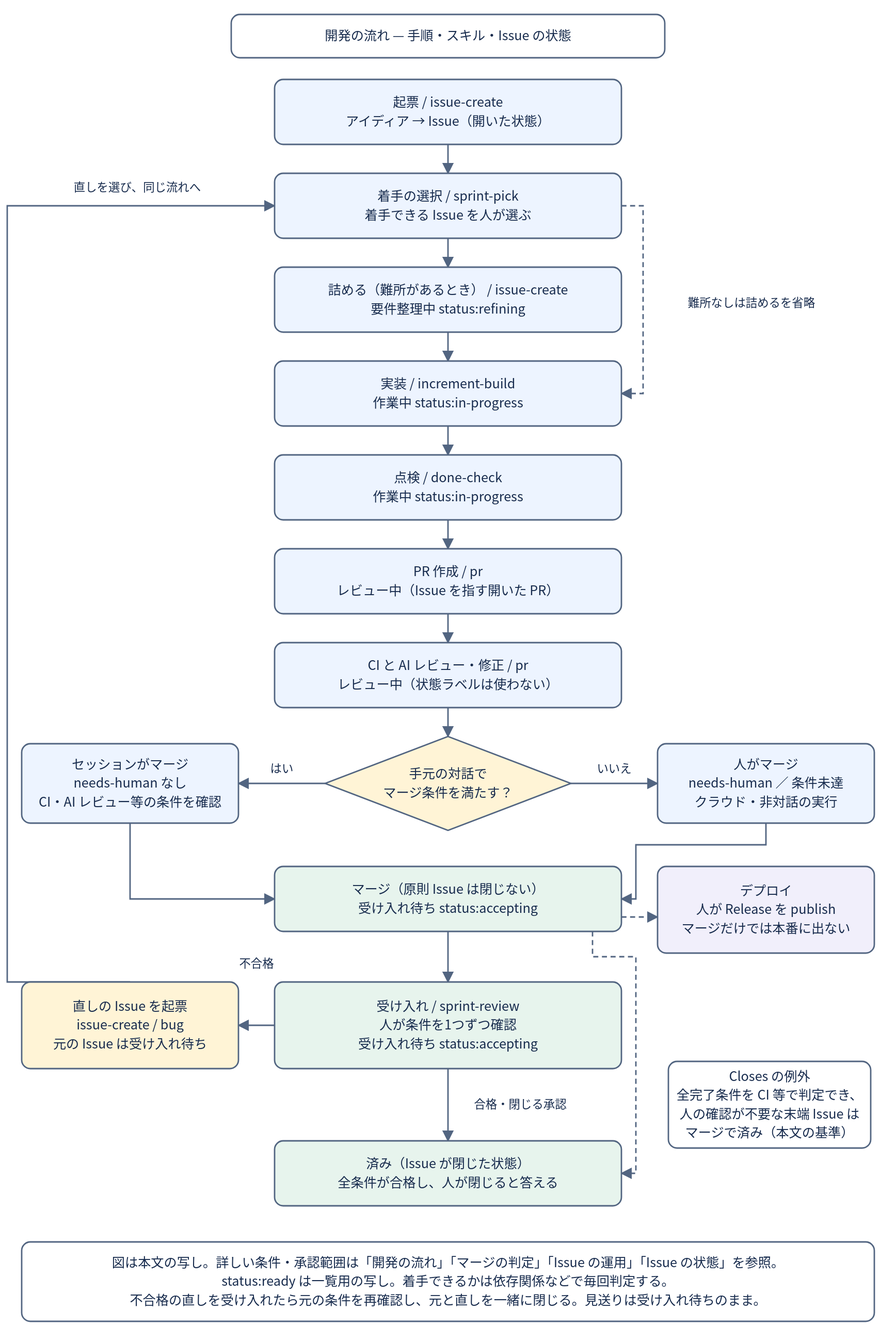
banmen-dev/app keeps this draw.io diagram as docs/development-flow.drawio.svg. Above is the earlier version. Source tidied: cells renumbered, new cells last; positions are measured from the earlier drawing's top-left corner, leaving out a move shared by most shapes. The source it was exported from:
```xml
<mxGraphModel background="#ffffff">
  <root>
    <mxCell id="0" />
    <mxCell id="1" parent="0" />
    <mxCell id="2" value="開発の流れ — 手順・スキル・Issue の状態" style="rounded=1;whiteSpace=wrap;html=0;fillColor=#ffffff;strokeColor=#526581;fontColor=#172b4d;fontFamily=Noto Sans CJK JP;fontSize=18;" parent="1" vertex="1">
      <mxGeometry x="310" width="600" height="60" as="geometry" />
    </mxCell>
    <mxCell id="3" value="起票  /  issue-create&#10;アイディア → Issue（開いた状態）" style="rounded=1;whiteSpace=wrap;html=0;fillColor=#edf4ff;strokeColor=#526581;fontColor=#172b4d;fontFamily=Noto Sans CJK JP;fontSize=18;" parent="1" vertex="1">
      <mxGeometry x="370" y="90" width="480" height="90" as="geometry" />
    </mxCell>
    <mxCell id="4" value="着手の選択  /  sprint-pick&#10;着手できる Issue を人が選ぶ" style="rounded=1;whiteSpace=wrap;html=0;fillColor=#edf4ff;strokeColor=#526581;fontColor=#172b4d;fontFamily=Noto Sans CJK JP;fontSize=18;" parent="1" vertex="1">
      <mxGeometry x="370" y="220" width="480" height="90" as="geometry" />
    </mxCell>
    <mxCell id="5" value="詰める（難所があるとき） / issue-create&#10;要件整理中  status:refining" style="rounded=1;whiteSpace=wrap;html=0;fillColor=#edf4ff;strokeColor=#526581;fontColor=#172b4d;fontFamily=Noto Sans CJK JP;fontSize=18;" parent="1" vertex="1">
      <mxGeometry x="370" y="350" width="480" height="90" as="geometry" />
    </mxCell>
    <mxCell id="6" value="実装  /  increment-build&#10;作業中  status:in-progress" style="rounded=1;whiteSpace=wrap;html=0;fillColor=#edf4ff;strokeColor=#526581;fontColor=#172b4d;fontFamily=Noto Sans CJK JP;fontSize=18;" parent="1" vertex="1">
      <mxGeometry x="370" y="480" width="480" height="90" as="geometry" />
    </mxCell>
    <mxCell id="7" value="点検  /  done-check&#10;作業中  status:in-progress" style="rounded=1;whiteSpace=wrap;html=0;fillColor=#edf4ff;strokeColor=#526581;fontColor=#172b4d;fontFamily=Noto Sans CJK JP;fontSize=18;" parent="1" vertex="1">
      <mxGeometry x="370" y="610" width="480" height="90" as="geometry" />
    </mxCell>
    <mxCell id="8" value="PR 作成  /  pr&#10;レビュー中（Issue を指す開いた PR）" style="rounded=1;whiteSpace=wrap;html=0;fillColor=#edf4ff;strokeColor=#526581;fontColor=#172b4d;fontFamily=Noto Sans CJK JP;fontSize=18;" parent="1" vertex="1">
      <mxGeometry x="370" y="740" width="480" height="90" as="geometry" />
    </mxCell>
    <mxCell id="9" value="CI と AI レビュー・修正  /  pr&#10;レビュー中（状態ラベルは使わない）" style="rounded=1;whiteSpace=wrap;html=0;fillColor=#edf4ff;strokeColor=#526581;fontColor=#172b4d;fontFamily=Noto Sans CJK JP;fontSize=18;" parent="1" vertex="1">
      <mxGeometry x="370" y="870" width="480" height="90" as="geometry" />
    </mxCell>
    <mxCell id="10" value="手元の対話で&#10;マージ条件を満たす？" style="rhombus;whiteSpace=wrap;html=0;fillColor=#fff4d6;strokeColor=#526581;fontColor=#172b4d;fontFamily=Noto Sans CJK JP;fontSize=18;" parent="1" vertex="1">
      <mxGeometry x="440" y="1000" width="340" height="130" as="geometry" />
    </mxCell>
    <mxCell id="11" value="セッションがマージ&#10;needs-human なし&#10;CI・AI レビュー等の条件を確認" style="rounded=1;whiteSpace=wrap;html=0;fillColor=#edf4ff;strokeColor=#526581;fontColor=#172b4d;fontFamily=Noto Sans CJK JP;fontSize=18;" parent="1" vertex="1">
      <mxGeometry x="20" y="1010" width="300" height="110" as="geometry" />
    </mxCell>
    <mxCell id="12" value="人がマージ&#10;needs-human ／ 条件未達&#10;クラウド・非対話の実行" style="rounded=1;whiteSpace=wrap;html=0;fillColor=#edf4ff;strokeColor=#526581;fontColor=#172b4d;fontFamily=Noto Sans CJK JP;fontSize=18;" parent="1" vertex="1">
      <mxGeometry x="900" y="1010" width="300" height="110" as="geometry" />
    </mxCell>
    <mxCell id="13" value="マージ（原則 Issue は閉じない）&#10;受け入れ待ち  status:accepting" style="rounded=1;whiteSpace=wrap;html=0;fillColor=#e7f4ed;strokeColor=#526581;fontColor=#172b4d;fontFamily=Noto Sans CJK JP;fontSize=18;" parent="1" vertex="1">
      <mxGeometry x="370" y="1180" width="480" height="90" as="geometry" />
    </mxCell>
    <mxCell id="14" value="受け入れ  /  sprint-review&#10;人が条件を1つずつ確認&#10;受け入れ待ち  status:accepting" style="rounded=1;whiteSpace=wrap;html=0;fillColor=#e7f4ed;strokeColor=#526581;fontColor=#172b4d;fontFamily=Noto Sans CJK JP;fontSize=18;" parent="1" vertex="1">
      <mxGeometry x="370" y="1340" width="480" height="120" as="geometry" />
    </mxCell>
    <mxCell id="15" value="済み（Issue が閉じた状態）&#10;全条件が合格し、人が閉じると答える" style="rounded=1;whiteSpace=wrap;html=0;fillColor=#e7f4ed;strokeColor=#526581;fontColor=#172b4d;fontFamily=Noto Sans CJK JP;fontSize=18;" parent="1" vertex="1">
      <mxGeometry x="370" y="1560" width="480" height="90" as="geometry" />
    </mxCell>
    <mxCell id="16" value="直しの Issue を起票&#10;issue-create  /  bug&#10;元の Issue は受け入れ待ち" style="rounded=1;whiteSpace=wrap;html=0;fillColor=#fff4d6;strokeColor=#526581;fontColor=#172b4d;fontFamily=Noto Sans CJK JP;fontSize=18;" parent="1" vertex="1">
      <mxGeometry x="20" y="1340" width="300" height="120" as="geometry" />
    </mxCell>
    <mxCell id="17" value="デプロイ&#10;人が Release を publish&#10;マージだけでは本番に出ない" style="rounded=1;whiteSpace=wrap;html=0;fillColor=#f1effb;strokeColor=#526581;fontColor=#172b4d;fontFamily=Noto Sans CJK JP;fontSize=18;" parent="1" vertex="1">
      <mxGeometry x="900" y="1180" width="300" height="120" as="geometry" />
    </mxCell>
    <mxCell id="18" style="edgeStyle=none;html=0;endArrow=block;strokeColor=#526581;fontColor=#172b4d;fontSize=16;" parent="1" edge="1" source="3" target="4">
      <mxGeometry relative="1" as="geometry" />
    </mxCell>
    <mxCell id="19" style="edgeStyle=none;html=0;endArrow=block;strokeColor=#526581;fontColor=#172b4d;fontSize=16;" parent="1" edge="1" source="4" target="5">
      <mxGeometry relative="1" as="geometry" />
    </mxCell>
    <mxCell id="20" style="edgeStyle=none;html=0;endArrow=block;strokeColor=#526581;fontColor=#172b4d;fontSize=16;" parent="1" edge="1" source="5" target="6">
      <mxGeometry relative="1" as="geometry" />
    </mxCell>
    <mxCell id="21" style="edgeStyle=none;html=0;endArrow=block;strokeColor=#526581;fontColor=#172b4d;fontSize=16;" parent="1" edge="1" source="6" target="7">
      <mxGeometry relative="1" as="geometry" />
    </mxCell>
    <mxCell id="22" style="edgeStyle=none;html=0;endArrow=block;strokeColor=#526581;fontColor=#172b4d;fontSize=16;" parent="1" edge="1" source="7" target="8">
      <mxGeometry relative="1" as="geometry" />
    </mxCell>
    <mxCell id="23" style="edgeStyle=none;html=0;endArrow=block;strokeColor=#526581;fontColor=#172b4d;fontSize=16;" parent="1" edge="1" source="8" target="9">
      <mxGeometry relative="1" as="geometry" />
    </mxCell>
    <mxCell id="24" value="難所なしは詰めるを省略" style="edgeStyle=none;html=0;endArrow=block;strokeColor=#526581;fontColor=#172b4d;fontSize=16;dashed=1;" parent="1" edge="1" source="4" target="6">
      <mxGeometry relative="1" as="geometry">
        <Array as="points">
          <mxPoint x="880" y="265" />
          <mxPoint x="880" y="525" />
        </Array>
      </mxGeometry>
    </mxCell>
    <mxCell id="25" style="edgeStyle=none;html=0;endArrow=block;strokeColor=#526581;fontColor=#172b4d;fontSize=16;" parent="1" edge="1" source="9" target="10">
      <mxGeometry relative="1" as="geometry" />
    </mxCell>
    <mxCell id="26" value="はい" style="edgeStyle=none;html=0;endArrow=block;strokeColor=#526581;fontColor=#172b4d;fontSize=16;" parent="1" edge="1" source="10" target="11">
      <mxGeometry relative="1" as="geometry" />
    </mxCell>
    <mxCell id="27" value="いいえ" style="edgeStyle=none;html=0;endArrow=block;strokeColor=#526581;fontColor=#172b4d;fontSize=16;" parent="1" edge="1" source="10" target="12">
      <mxGeometry relative="1" as="geometry" />
    </mxCell>
    <mxCell id="28" style="edgeStyle=none;html=0;endArrow=block;strokeColor=#526581;fontColor=#172b4d;fontSize=16;" parent="1" edge="1" source="11" target="13">
      <mxGeometry relative="1" as="geometry">
        <Array as="points">
          <mxPoint x="170" y="1225" />
        </Array>
      </mxGeometry>
    </mxCell>
    <mxCell id="29" style="edgeStyle=none;html=0;endArrow=block;strokeColor=#526581;fontColor=#172b4d;fontSize=16;" parent="1" edge="1" source="12" target="13">
      <mxGeometry relative="1" as="geometry">
        <Array as="points">
          <mxPoint x="1050" y="1150" />
          <mxPoint x="870" y="1150" />
          <mxPoint x="870" y="1225" />
        </Array>
      </mxGeometry>
    </mxCell>
    <mxCell id="30" style="edgeStyle=none;html=0;endArrow=block;strokeColor=#526581;fontColor=#172b4d;fontSize=16;" parent="1" edge="1" source="13" target="14">
      <mxGeometry relative="1" as="geometry" />
    </mxCell>
    <mxCell id="31" value="合格・閉じる承認" style="edgeStyle=none;html=0;endArrow=block;strokeColor=#526581;fontColor=#172b4d;fontSize=16;" parent="1" edge="1" source="14" target="15">
      <mxGeometry relative="1" as="geometry" />
    </mxCell>
    <mxCell id="32" value="不合格" style="edgeStyle=none;html=0;endArrow=block;strokeColor=#526581;fontColor=#172b4d;fontSize=16;" parent="1" edge="1" source="14" target="16">
      <mxGeometry relative="1" as="geometry" />
    </mxCell>
    <mxCell id="33" value="直しを選び、同じ流れへ" style="edgeStyle=none;html=0;endArrow=block;strokeColor=#526581;fontColor=#172b4d;fontSize=16;" parent="1" edge="1" source="16" target="4">
      <mxGeometry relative="1" as="geometry">
        <Array as="points">
          <mxPoint y="1340" />
          <mxPoint y="265" />
        </Array>
      </mxGeometry>
    </mxCell>
    <mxCell id="34" style="edgeStyle=none;html=0;endArrow=block;strokeColor=#526581;fontColor=#172b4d;fontSize=16;dashed=1;" parent="1" edge="1" source="13" target="17">
      <mxGeometry relative="1" as="geometry" />
    </mxCell>
    <mxCell id="35" style="edgeStyle=none;html=0;endArrow=block;strokeColor=#526581;fontColor=#172b4d;fontSize=16;dashed=1;" parent="1" edge="1" source="13" target="15">
      <mxGeometry relative="1" as="geometry">
        <Array as="points">
          <mxPoint x="810" y="1305" />
          <mxPoint x="870" y="1305" />
          <mxPoint x="870" y="1605" />
        </Array>
      </mxGeometry>
    </mxCell>
    <mxCell id="36" value="Closes の例外&#10;全完了条件を CI 等で判定でき、&#10;人の確認が不要な末端 Issue は&#10;マージで済み（本文の基準）" style="rounded=1;whiteSpace=wrap;html=0;fillColor=#ffffff;strokeColor=#526581;fontColor=#172b4d;fontFamily=Noto Sans CJK JP;fontSize=18;" parent="1" vertex="1">
      <mxGeometry x="915" y="1450" width="280" height="120" as="geometry" />
    </mxCell>
    <mxCell id="37" value="図は本文の写し。詳しい条件・承認範囲は「開発の流れ」「マージの判定」「Issue の運用」「Issue の状態」を参照。&#10;status:ready は一覧用の写し。着手できるかは依存関係などで毎回判定する。&#10;不合格の直しを受け入れたら元の条件を再確認し、元と直しを一緒に閉じる。見送りは受け入れ待ちのまま。" style="rounded=1;whiteSpace=wrap;html=0;fillColor=#ffffff;strokeColor=#526581;fontColor=#172b4d;fontFamily=Noto Sans CJK JP;fontSize=18;" parent="1" vertex="1">
      <mxGeometry x="20" y="1700" width="1180" height="110" as="geometry" />
    </mxCell>
  </root>
</mxGraphModel>
```
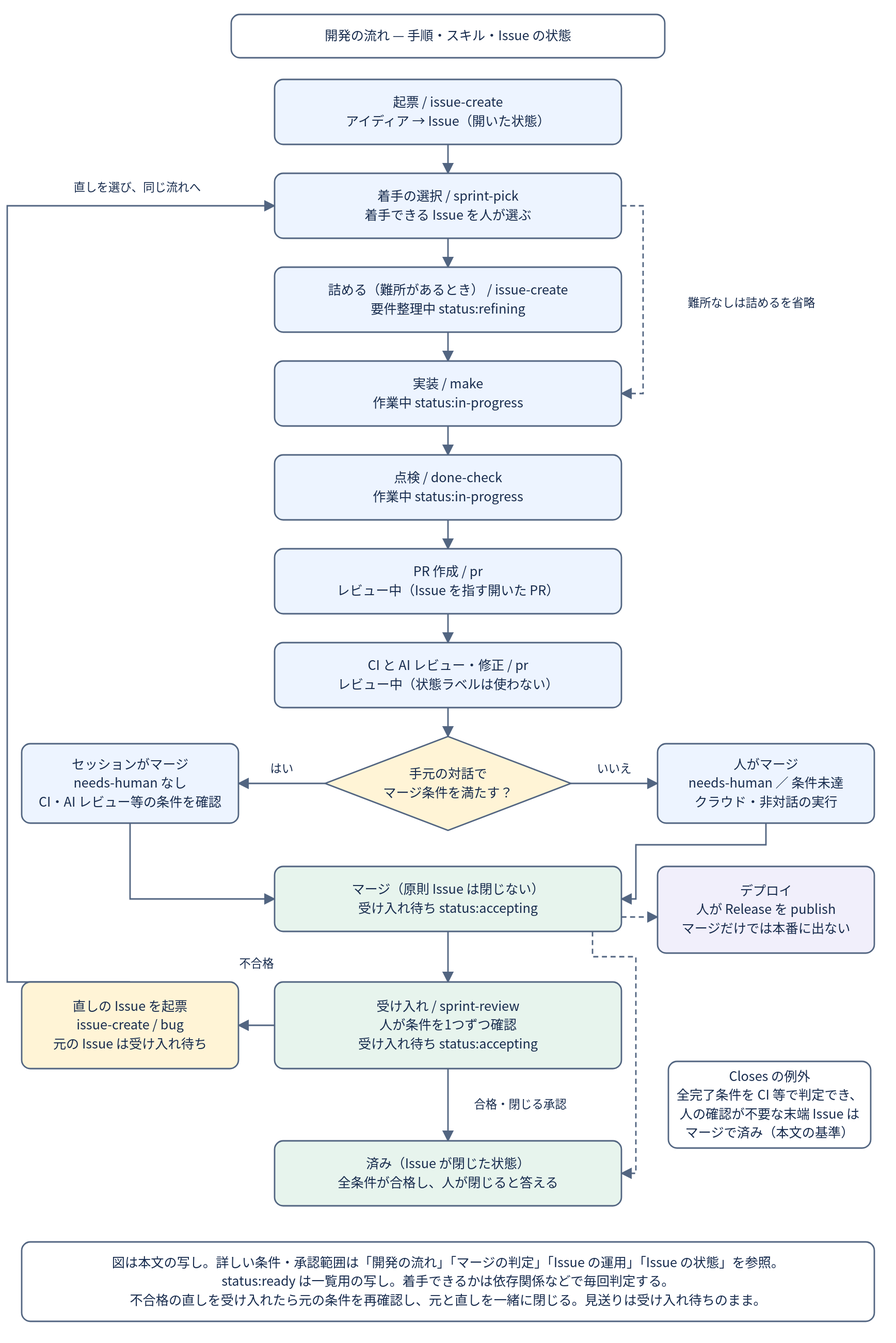
After the commit.

What changed in the source:
```diff
@@ -14,7 +14,7 @@
     <mxCell id="5" value="詰める（難所があるとき） / issue-create&#10;要件整理中  status:refining" style="rounded=1;whiteSpace=wrap;html=0;fillColor=#edf4ff;strokeColor=#526581;fontColor=#172b4d;fontFamily=Noto Sans CJK JP;fontSize=18;" parent="1" vertex="1">
       <mxGeometry x="370" y="350" width="480" height="90" as="geometry" />
     </mxCell>
-    <mxCell id="6" value="実装  /  increment-build&#10;作業中  status:in-progress" style="rounded=1;whiteSpace=wrap;html=0;fillColor=#edf4ff;strokeColor=#526581;fontColor=#172b4d;fontFamily=Noto Sans CJK JP;fontSize=18;" parent="1" vertex="1">
+    <mxCell id="6" value="実装  /  make&#10;作業中  status:in-progress" style="rounded=1;whiteSpace=wrap;html=0;fillColor=#edf4ff;strokeColor=#526581;fontColor=#172b4d;fontFamily=Noto Sans CJK JP;fontSize=18;" parent="1" vertex="1">
       <mxGeometry x="370" y="480" width="480" height="90" as="geometry" />
     </mxCell>
     <mxCell id="7" value="点検  /  done-check&#10;作業中  status:in-progress" style="rounded=1;whiteSpace=wrap;html=0;fillColor=#edf4ff;strokeColor=#526581;fontColor=#172b4d;fontFamily=Noto Sans CJK JP;fontSize=18;" parent="1" vertex="1">
```
